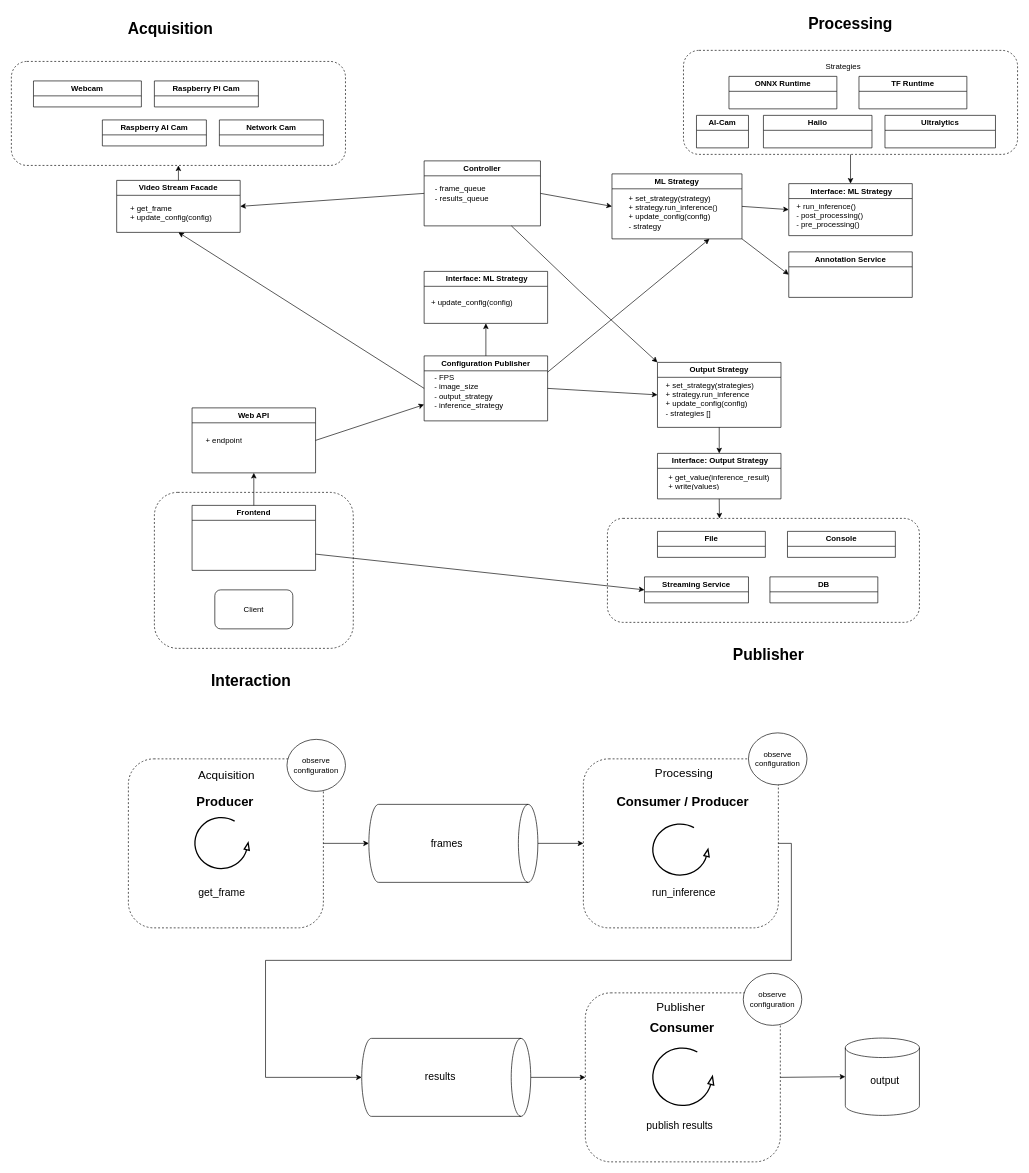
This is doc/architecture.drawio from andriwild/ip7-ai-cam, a draw.io file, before an edit. Source tidied: cells renumbered, new cells numbered last; positions are measured from the earlier drawing's top-left corner, leaving out a move shared by most shapes. Both pictures are drawn from the tidied source at 65%, with x=0, y=0 at pixel (11, 11).
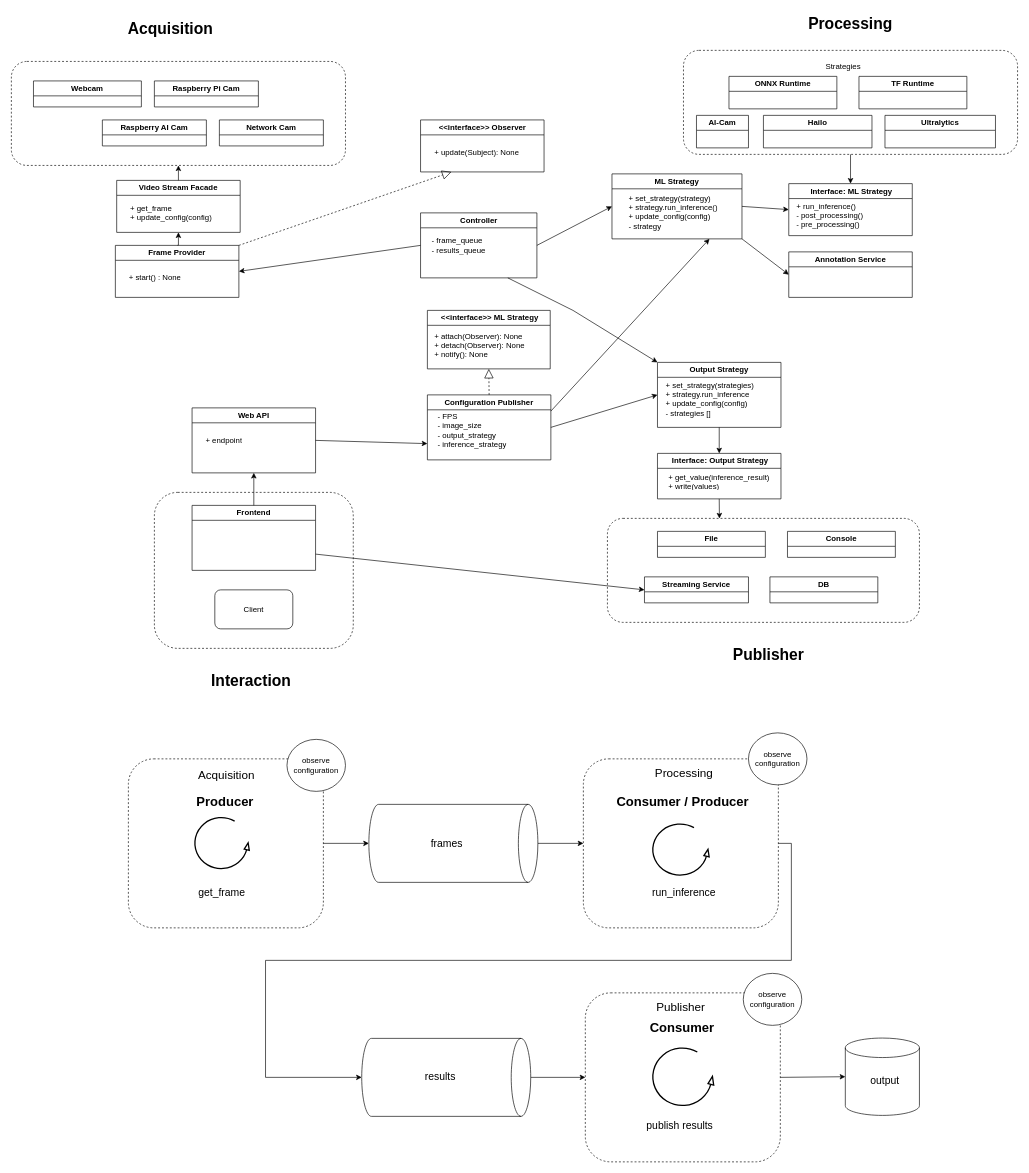
After the change.

Commit message (it also covers changes not shown here):
refactor frame producer

The change refers to these unchanged cells:
```xml
<mxCell id="5" value="Video Stream Facade" style="swimlane;whiteSpace=wrap;html=1;startSize=23;" parent="1" vertex="1">
  <mxGeometry x="162" y="260" width="190" height="80" as="geometry" />
</mxCell>
<mxCell id="20" value="Output Strategy" style="swimlane;whiteSpace=wrap;html=1;" parent="1" vertex="1">
  <mxGeometry x="994" y="540" width="190" height="100" as="geometry" />
</mxCell>
```

Diff of the diagram source:
```diff
@@
     <mxCell id="29" value="Configuration Publisher" style="swimlane;whiteSpace=wrap;html=1;" parent="1" vertex="1">
-      <mxGeometry x="635" y="530" width="190" height="100" as="geometry" />
+      <mxGeometry x="640" y="590" width="190" height="100" as="geometry" />
     </mxCell>
@@
-    <mxCell id="35" style="endArrow=classic;html=1;rounded=0;exitX=0;exitY=0.5;exitDx=0;exitDy=0;entryX=0.5;entryY=1;entryDx=0;entryDy=0;" parent="1" edge="1" source="29" target="5">
-      <mxGeometry relative="1" as="geometry" />
-    </mxCell>
@@
     <mxCell id="37" value="Controller" style="swimlane;whiteSpace=wrap;html=1;startSize=23;" parent="1" vertex="1">
-      <mxGeometry x="635" y="230" width="179" height="100" as="geometry" />
+      <mxGeometry x="629.5" y="310" width="179" height="100" as="geometry" />
     </mxCell>
@@
-    <mxCell id="40" style="endArrow=classic;html=1;rounded=0;entryX=1;entryY=0.5;entryDx=0;entryDy=0;exitX=0;exitY=0.5;exitDx=0;exitDy=0;" parent="1" edge="1" source="37" target="5">
+    <mxCell id="40" style="endArrow=classic;html=1;rounded=0;entryX=1;entryY=0.5;entryDx=0;entryDy=0;exitX=0;exitY=0.5;exitDx=0;exitDy=0;" parent="1" edge="1" source="37" target="91">
       <mxGeometry relative="1" as="geometry" />
     </mxCell>
@@
     <mxCell id="43" style="endArrow=classic;html=1;rounded=0;exitX=0.75;exitY=1;exitDx=0;exitDy=0;entryX=0;entryY=0;entryDx=0;entryDy=0;" parent="1" edge="1" source="37" target="20">
       <mxGeometry relative="1" as="geometry">
         <Array as="points">
-          <mxPoint x="874" y="430" />
+          <mxPoint x="864" y="460" />
         </Array>
       </mxGeometry>
     </mxCell>
@@
-    <mxCell id="87" value="&amp;nbsp;Interface: ML Strategy" style="swimlane;whiteSpace=wrap;html=1;" parent="1" vertex="1">
-      <mxGeometry x="635" y="400" width="190" height="80" as="geometry" />
+    <mxCell id="87" value="&amp;nbsp;&amp;lt;&amp;lt;interface&amp;gt;&amp;gt; ML Strategy" style="swimlane;whiteSpace=wrap;html=1;" parent="1" vertex="1">
+      <mxGeometry x="640" y="460" width="189" height="90" as="geometry" />
     </mxCell>
-    <mxCell id="88" value="+ update_config(config)" style="text;strokeColor=none;fillColor=none;align=left;verticalAlign=middle;spacingLeft=4;spacingRight=4;overflow=hidden;whiteSpace=wrap;html=1;" parent="87" vertex="1">
-      <mxGeometry x="5" y="27.5" width="179" height="42.5" as="geometry" />
+    <mxCell id="88" value="+ attach(Observer): None&lt;div&gt;+ detach(Observer): None&lt;/div&gt;&lt;div&gt;+ notify(): None&lt;/div&gt;" style="text;strokeColor=none;fillColor=none;align=left;verticalAlign=middle;spacingLeft=4;spacingRight=4;overflow=hidden;whiteSpace=wrap;html=1;" parent="87" vertex="1">
+      <mxGeometry x="5" y="27.5" width="179" height="52.5" as="geometry" />
     </mxCell>
-    <mxCell id="89" style="endArrow=classic;html=1;rounded=0;exitX=0.5;exitY=0;exitDx=0;exitDy=0;" parent="1" edge="1" source="29">
-      <mxGeometry relative="1" as="geometry">
-        <mxPoint x="730" y="480" as="targetPoint" />
-      </mxGeometry>
-    </mxCell>
+    <mxCell id="90" style="edgeStyle=orthogonalEdgeStyle;rounded=0;jettySize=auto;html=1;exitX=0.5;exitY=0;exitDx=0;exitDy=0;entryX=0.5;entryY=1;entryDx=0;entryDy=0;" parent="1" edge="1" source="91" target="5">
+      <mxGeometry relative="1" as="geometry" />
+    </mxCell>
+    <mxCell id="91" value="Frame Provider" style="swimlane;whiteSpace=wrap;html=1;startSize=23;" parent="1" vertex="1">
+      <mxGeometry x="160" y="360" width="190" height="80" as="geometry" />
+    </mxCell>
+    <mxCell id="92" value="+ start() : None" style="text;strokeColor=none;fillColor=none;align=left;verticalAlign=middle;spacingLeft=4;spacingRight=4;overflow=hidden;whiteSpace=wrap;html=1;" parent="91" vertex="1">
+      <mxGeometry x="15" y="30" width="160" height="40" as="geometry" />
+    </mxCell>
+    <mxCell id="93" value="&amp;lt;&amp;lt;interface&amp;gt;&amp;gt; Observer" style="swimlane;whiteSpace=wrap;html=1;startSize=23;" parent="1" vertex="1">
+      <mxGeometry x="629.5" y="167" width="190" height="80" as="geometry" />
+    </mxCell>
+    <mxCell id="94" value="+ update(Subject): None" style="text;strokeColor=none;fillColor=none;align=left;verticalAlign=middle;spacingLeft=4;spacingRight=4;overflow=hidden;whiteSpace=wrap;html=1;" parent="93" vertex="1">
+      <mxGeometry x="15" y="30" width="160" height="40" as="geometry" />
+    </mxCell>
+    <mxCell id="95" style="endArrow=block;dashed=1;endFill=0;endSize=12;html=1;rounded=0;entryX=0.5;entryY=1;entryDx=0;entryDy=0;exitX=0.5;exitY=0;exitDx=0;exitDy=0;" parent="1" edge="1" source="29" target="87">
+      <mxGeometry relative="1" as="geometry" />
+    </mxCell>
+    <mxCell id="96" style="endArrow=block;dashed=1;endFill=0;endSize=12;html=1;rounded=0;entryX=0.25;entryY=1;entryDx=0;entryDy=0;exitX=1;exitY=0;exitDx=0;exitDy=0;" parent="1" edge="1" source="91" target="93">
+      <mxGeometry relative="1" as="geometry" />
+    </mxCell>
```
